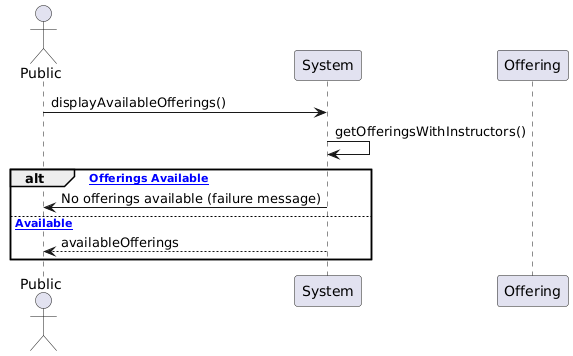
This is Diagrams/System Sequence/PublicViewsOfferingSeq.png from ABALkhabbaz/LessonSchedulingSystem, a PlantUML export, as it was before one commit. The source it was exported from:
```plantuml
@startuml
actor Public
participant System
participant Offering

Public -> System: displayAvailableOfferings()
System -> System: getOfferingsWithInstructors()

alt [No Offerings Available]
    System -> Public: No offerings available (failure message)
else [Offerings Available]
    System --> Public: availableOfferings
end
@enduml
```
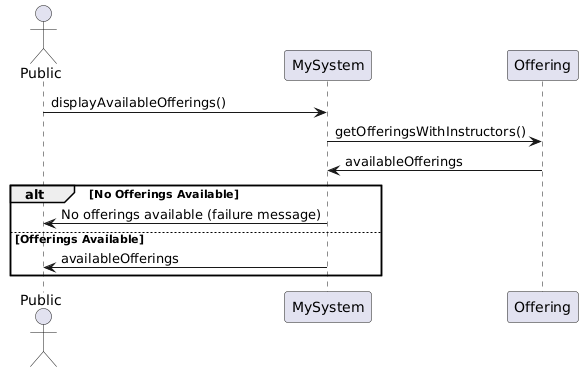
The same file after the commit.

Commit message:
updated system sequence diagrams

What changed in the source:
```diff
@@ -1,14 +1,14 @@
 @startuml
 actor Public
-participant System
-participant Offering
+participant "MySystem" as system
+participant "Offering" as offering
 
-Public -> System: displayAvailableOfferings()
-System -> System: getOfferingsWithInstructors()
-
-alt [No Offerings Available]
-    System -> Public: No offerings available (failure message)
-else [Offerings Available]
-    System --> Public: availableOfferings
+Public -> system: displayAvailableOfferings()
+system -> offering: getOfferingsWithInstructors()
+offering -> system: availableOfferings
+alt No Offerings Available
+  system -> Public: No offerings available (failure message)
+else Offerings Available
+  system -> Public: availableOfferings
 end
 @enduml
```
